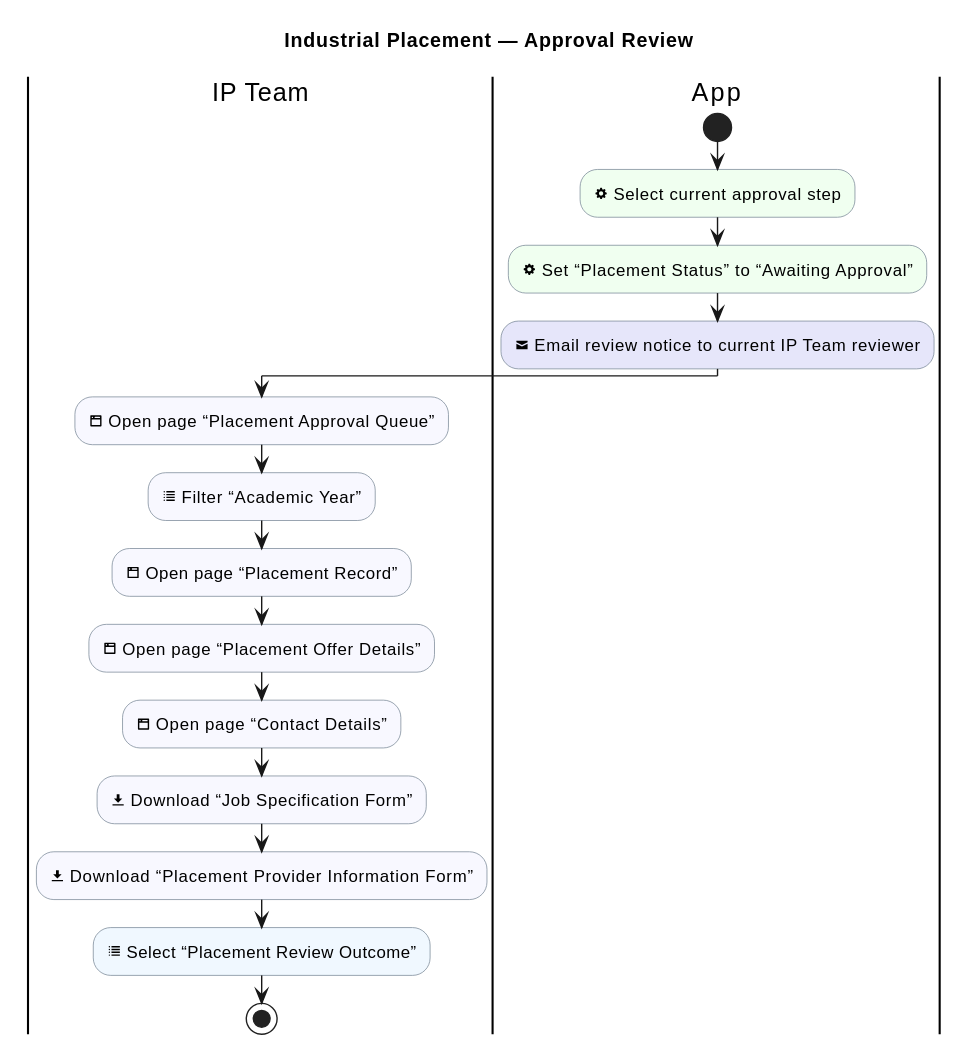
Earlier version of the PlantUML export industrial-placement-group-project/diagrams/industrial-placement/approval-review.svg (sdflkjssl/sdflkjssl.github.io).
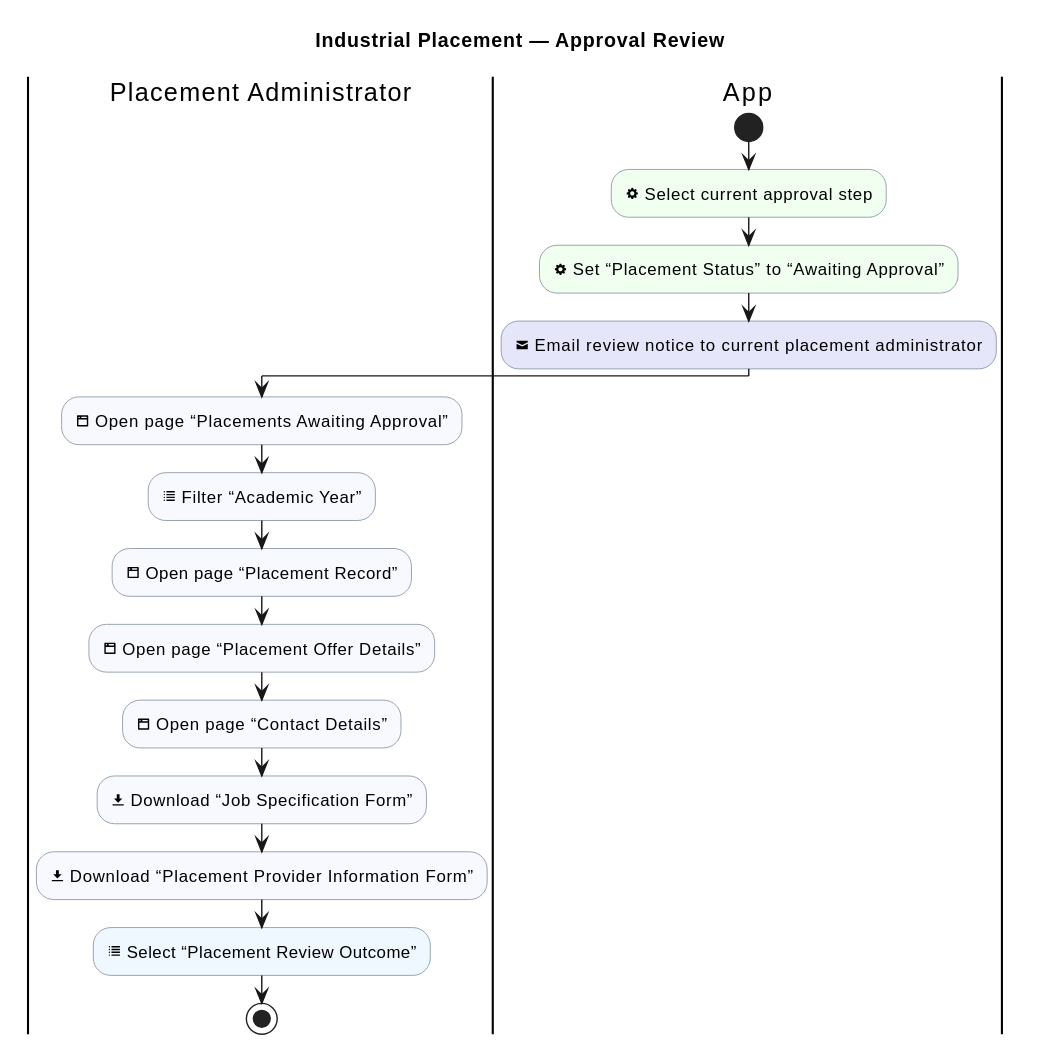
After the change.

Diff of the diagram source:
```diff
@@ -7,17 +7,17 @@
 skinparam activityDiamondBackgroundColor LemonChiffon
 skinparam activityDiamondBorderColor DarkGoldenRod
 
-|IP Team|
+|Placement Administrator|
 |App|
 
 |App|
 start
 :<&cog> Select current approval step; <<#HoneyDew>>
 :<&cog> Set “Placement Status” to “Awaiting Approval”; <<#HoneyDew>>
-:<&envelope-closed> Email review notice to current IP Team reviewer; <<#Lavender>>
+:<&envelope-closed> Email review notice to current placement administrator; <<#Lavender>>
 
-|IP Team|
-:<&browser> Open page “Placement Approval Queue”; <<#GhostWhite>>
+|Placement Administrator|
+:<&browser> Open page “Placements Awaiting Approval”; <<#GhostWhite>>
 :<&list> Filter “Academic Year”; <<#GhostWhite>>
 :<&browser> Open page “Placement Record”; <<#GhostWhite>>
 :<&browser> Open page “Placement Offer Details”; <<#GhostWhite>>
```
